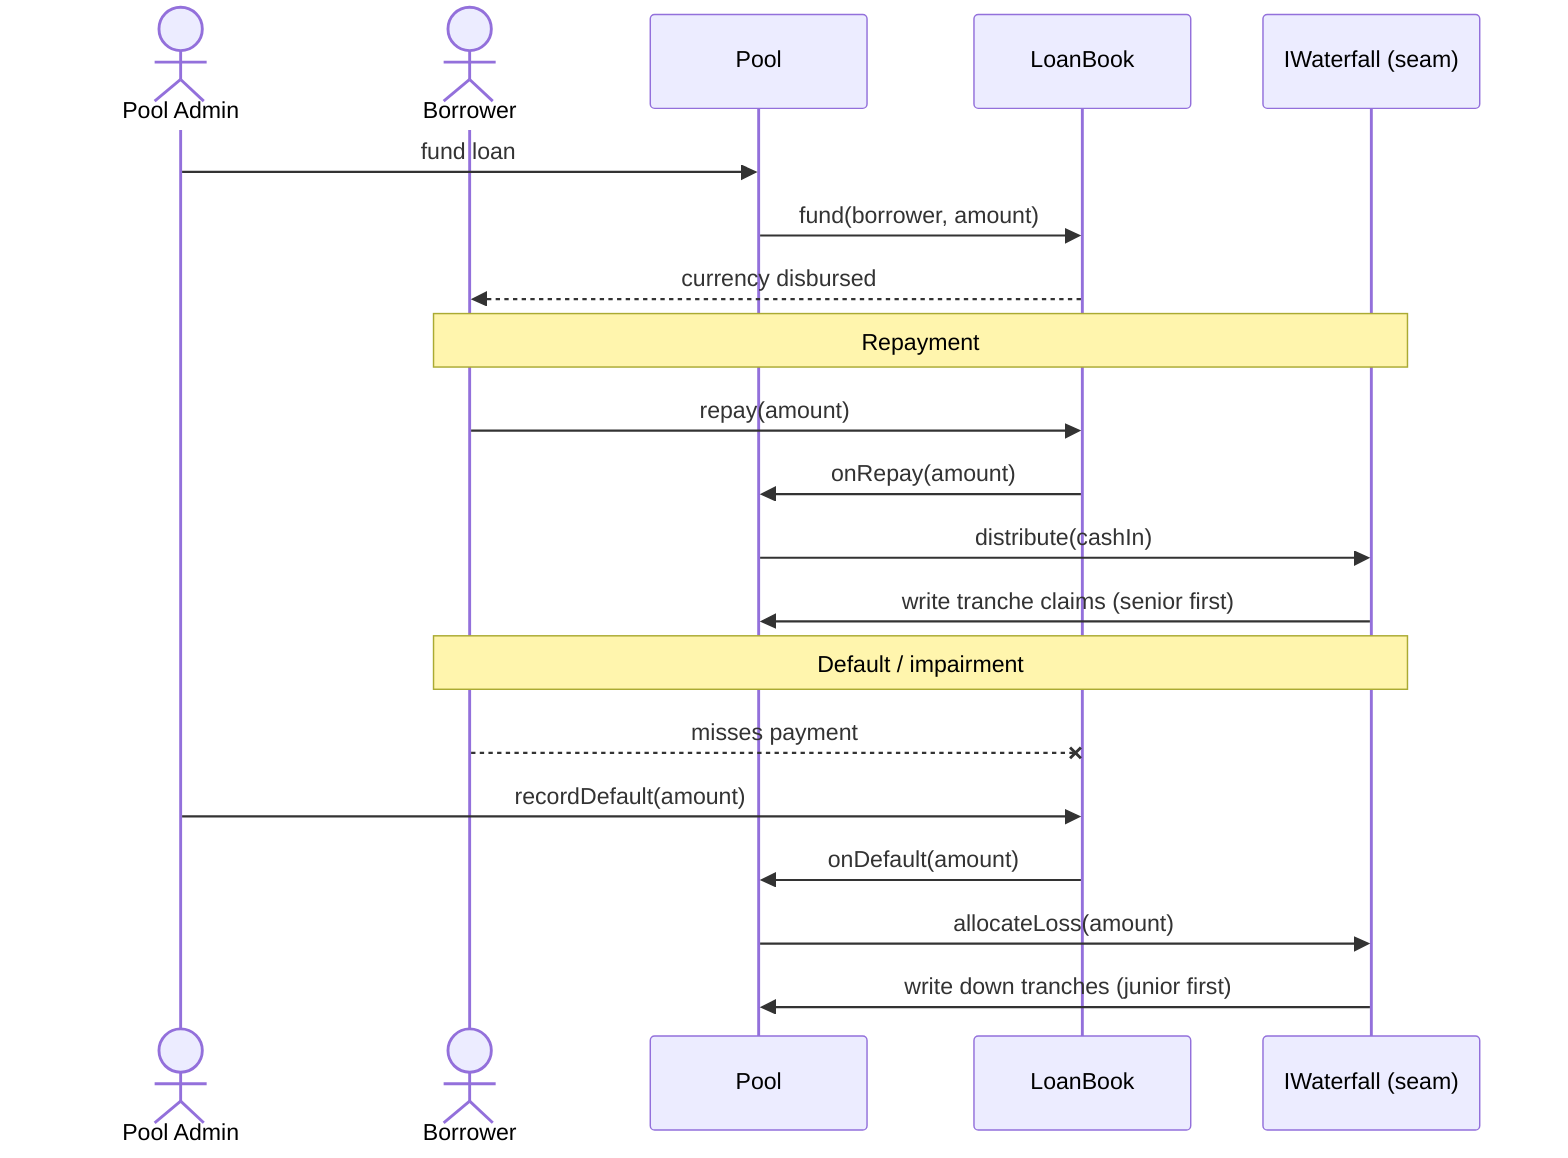
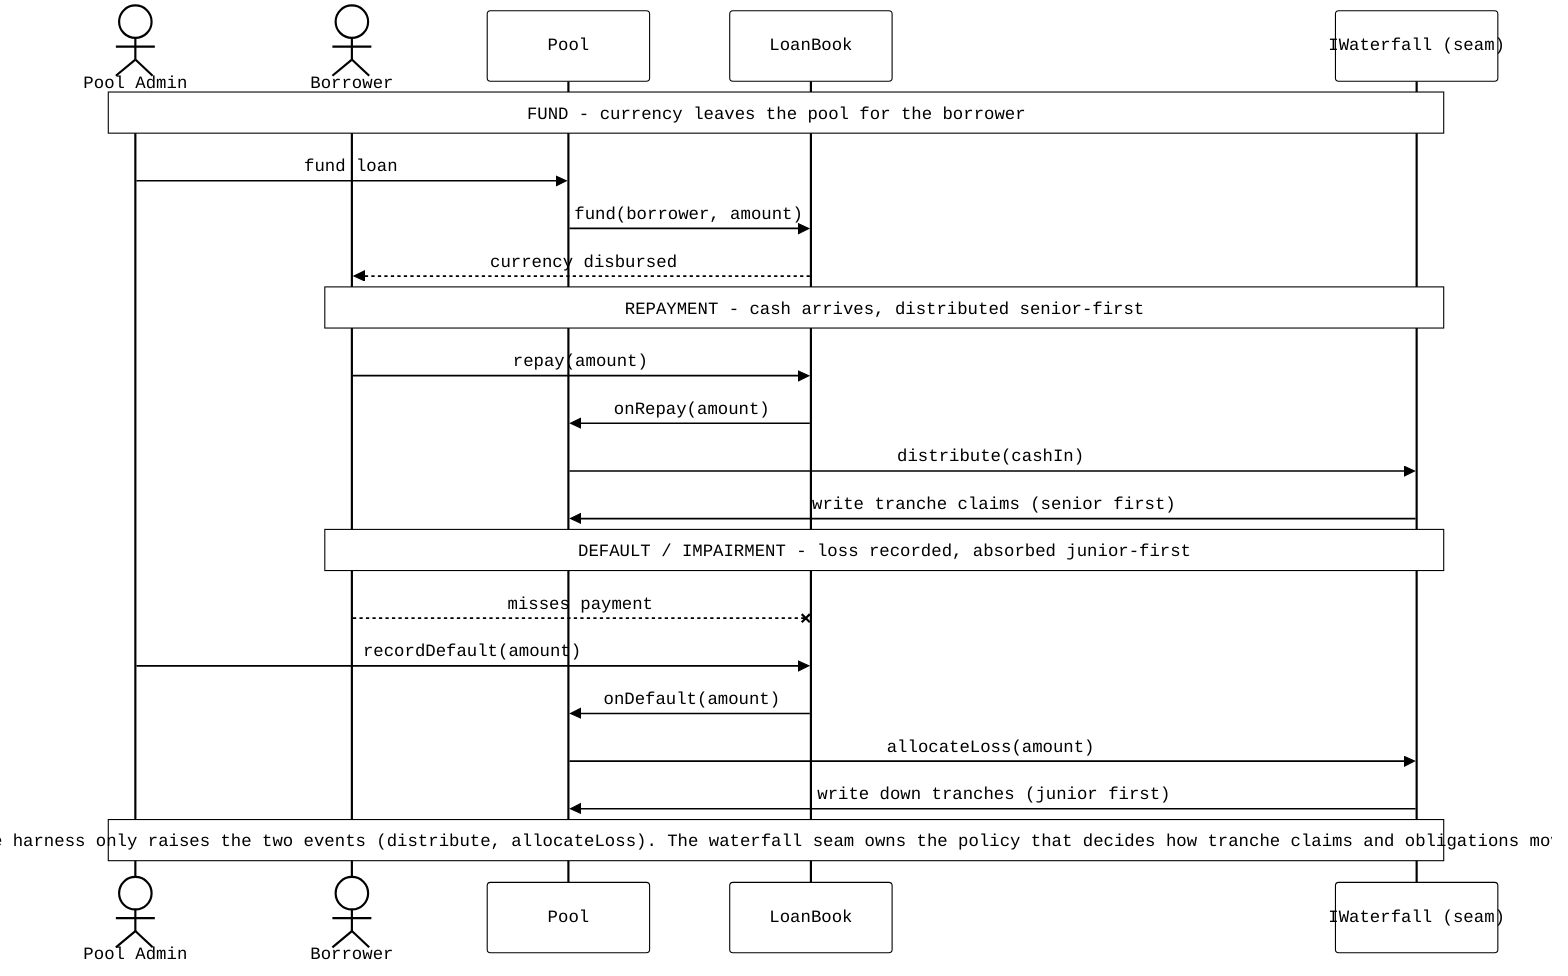
- %% Hooke-Centrifuge — loan lifecycle and how cash/NAV events reach the waterfall seam.
+ %%{init: {'theme':'base','themeVariables':{'primaryColor':'#ffffff','primaryTextColor':'#000000','primaryBorderColor':'#000000','lineColor':'#000000','fontFamily':'monospace','actorBkg':'#ffffff','actorBorder':'#000000','actorTextColor':'#000000','actorLineColor':'#000000','signalColor':'#000000','signalTextColor':'#000000','noteBkgColor':'#ffffff','noteBorderColor':'#000000','noteTextColor':'#000000','labelBoxBkgColor':'#ffffff','labelBoxBorderColor':'#000000','labelTextColor':'#000000','activationBkgColor':'#ffffff','activationBorderColor':'#000000'}}}%%
+ %% Hooke-Centrifuge - loan lifecycle and how cash / NAV events reach the waterfall seam.
sequenceDiagram
  actor ADMIN as Pool Admin
  actor BRW as Borrower
  participant Pool
  participant LoanBook
  participant WF as IWaterfall (seam)

+   Note over ADMIN,WF: FUND - currency leaves the pool for the borrower
  ADMIN->>Pool: fund loan
  Pool->>LoanBook: fund(borrower, amount)
  LoanBook-->>BRW: currency disbursed

-   Note over BRW,WF: Repayment
+   Note over BRW,WF: REPAYMENT - cash arrives, distributed senior-first
  BRW->>LoanBook: repay(amount)
  LoanBook->>Pool: onRepay(amount)
  Pool->>WF: distribute(cashIn)
  WF->>Pool: write tranche claims (senior first)

-   Note over BRW,WF: Default / impairment
+   Note over BRW,WF: DEFAULT / IMPAIRMENT - loss recorded, absorbed junior-first
  BRW--xLoanBook: misses payment
  ADMIN->>LoanBook: recordDefault(amount)
  LoanBook->>Pool: onDefault(amount)
  Pool->>WF: allocateLoss(amount)
  WF->>Pool: write down tranches (junior first)
+ 
+   Note over ADMIN,WF: The harness only raises the two events (distribute, allocateLoss). The waterfall seam owns the policy that decides how tranche claims and obligations move.
